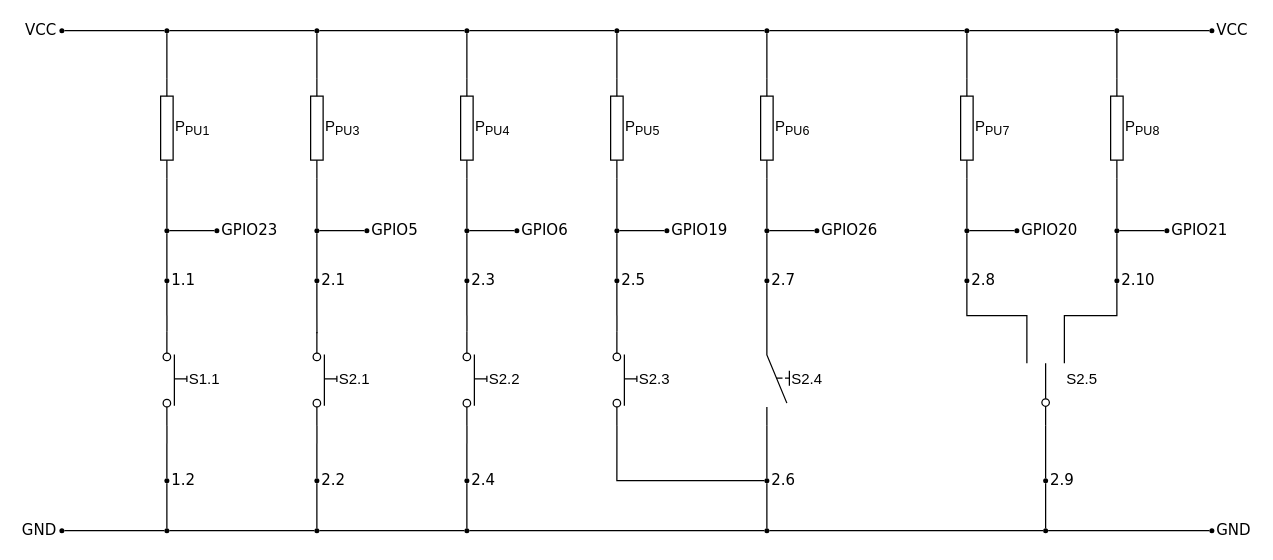
Above: page "gpio" (7 of 7) of document/figures_source/hcis/Schaltpläne_Motorrad.drawio in kronbergerindustries/HTBLuVA_Diplomarbeit (draw.io), before the change. Source tidied: cells renumbered, new cells numbered last; positions are measured from the earlier drawing's top-left corner, leaving out a move shared by most shapes. Both pictures are drawn from the tidied source at 125%, with x=0, y=0 at pixel (59, 28).
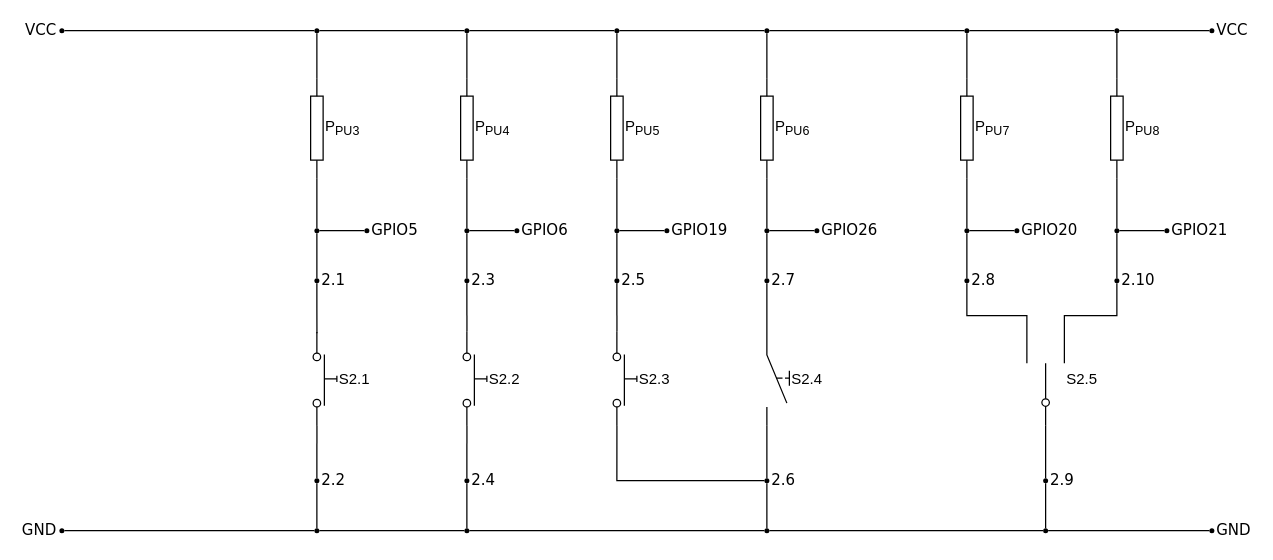
After the change.

Unchanged cells that the change refers to:
```xml
<mxCell id="3" value="VCC" style="ellipse;whiteSpace=wrap;html=1;rounded=1;shadow=0;comic=0;labelBackgroundColor=none;strokeColor=none;strokeWidth=2;fillColor=#000000;fontFamily=Verdana;fontSize=12;align=right;labelPosition=left;verticalLabelPosition=middle;verticalAlign=middle;" parent="1" vertex="1">
  <mxGeometry width="4" height="4" as="geometry" />
</mxCell>
<mxCell id="23" value="GND" style="ellipse;whiteSpace=wrap;html=1;rounded=1;shadow=0;comic=0;labelBackgroundColor=none;strokeColor=none;strokeWidth=2;fillColor=#000000;fontFamily=Verdana;fontSize=12;align=right;labelPosition=left;verticalLabelPosition=middle;verticalAlign=middle;" parent="1" vertex="1">
  <mxGeometry y="400" width="4" height="4" as="geometry" />
</mxCell>
<mxCell id="31" style="ellipse;whiteSpace=wrap;html=1;rounded=1;shadow=0;comic=0;labelBackgroundColor=none;strokeColor=none;strokeWidth=2;fillColor=#000000;fontFamily=Verdana;fontSize=12;align=right;labelPosition=left;verticalLabelPosition=middle;verticalAlign=middle;" parent="1" vertex="1">
  <mxGeometry x="204" width="4" height="4" as="geometry" />
</mxCell>
<mxCell id="39" style="ellipse;whiteSpace=wrap;html=1;rounded=1;shadow=0;comic=0;labelBackgroundColor=none;strokeColor=none;strokeWidth=2;fillColor=#000000;fontFamily=Verdana;fontSize=12;align=left;labelPosition=right;verticalLabelPosition=middle;verticalAlign=middle;" parent="1" vertex="1">
  <mxGeometry x="204" y="400" width="4" height="4" as="geometry" />
</mxCell>
```

Diff of the diagram source:
```diff
@@
-    <mxCell id="2" style="edgeStyle=orthogonalEdgeStyle;rounded=0;jettySize=auto;html=1;exitX=1;exitY=0.5;exitDx=0;exitDy=0;entryX=0;entryY=0.5;entryDx=0;entryDy=0;endArrow=none;endFill=0;" parent="1" edge="1" source="3" target="12">
-      <mxGeometry relative="1" as="geometry" />
-    </mxCell>
@@
-    <mxCell id="5" style="edgeStyle=orthogonalEdgeStyle;rounded=0;jettySize=auto;html=1;exitX=0.5;exitY=0;exitDx=0;exitDy=0;entryX=1;entryY=0.5;entryDx=0;entryDy=0;entryPerimeter=0;endArrow=none;endFill=0;" parent="1" edge="1" source="8" target="10">
-      <mxGeometry relative="1" as="geometry" />
-    </mxCell>
-    <mxCell id="6" style="edgeStyle=orthogonalEdgeStyle;rounded=0;jettySize=auto;html=1;exitX=1;exitY=0.5;exitDx=0;exitDy=0;entryX=0;entryY=0.5;entryDx=0;entryDy=0;endArrow=none;endFill=0;" parent="1" edge="1" source="8" target="13">
-      <mxGeometry relative="1" as="geometry" />
-    </mxCell>
-    <mxCell id="7" style="edgeStyle=orthogonalEdgeStyle;rounded=0;jettySize=auto;html=1;exitX=0.5;exitY=1;exitDx=0;exitDy=0;entryX=0.5;entryY=0;entryDx=0;entryDy=0;endArrow=none;endFill=0;" parent="1" edge="1" source="8" target="15">
-      <mxGeometry relative="1" as="geometry" />
-    </mxCell>
-    <mxCell id="8" style="ellipse;whiteSpace=wrap;html=1;rounded=1;shadow=0;comic=0;labelBackgroundColor=none;strokeColor=none;strokeWidth=2;fillColor=#000000;fontFamily=Verdana;fontSize=12;align=right;labelPosition=left;verticalLabelPosition=middle;verticalAlign=middle;" parent="1" vertex="1">
-      <mxGeometry x="84" y="160" width="4" height="4" as="geometry" />
-    </mxCell>
-    <mxCell id="9" style="edgeStyle=orthogonalEdgeStyle;rounded=0;jettySize=auto;html=1;exitX=0;exitY=0.5;exitDx=0;exitDy=0;exitPerimeter=0;entryX=0.5;entryY=1;entryDx=0;entryDy=0;endArrow=none;endFill=0;" parent="1" edge="1" source="10" target="12">
-      <mxGeometry relative="1" as="geometry" />
-    </mxCell>
-    <mxCell id="10" value="P&lt;sub&gt;PU1&lt;/sub&gt;" style="verticalLabelPosition=middle;shadow=0;dashed=0;align=left;html=1;verticalAlign=middle;shape=mxgraph.electrical.resistors.resistor_1;direction=south;labelPosition=right;" parent="1" vertex="1">
-      <mxGeometry x="81" y="40" width="10" height="80" as="geometry" />
-    </mxCell>
-    <mxCell id="11" style="edgeStyle=orthogonalEdgeStyle;rounded=0;jettySize=auto;html=1;exitX=1;exitY=0.5;exitDx=0;exitDy=0;entryX=0;entryY=0.5;entryDx=0;entryDy=0;endArrow=none;endFill=0;" parent="1" edge="1" source="12" target="31">
+    <mxCell id="11" style="edgeStyle=orthogonalEdgeStyle;rounded=0;jettySize=auto;html=1;exitX=1;exitY=0.5;exitDx=0;exitDy=0;entryX=0;entryY=0.5;entryDx=0;entryDy=0;endArrow=none;endFill=0;" parent="1" edge="1" source="3" target="31">
       <mxGeometry relative="1" as="geometry" />
     </mxCell>
-    <mxCell id="12" style="ellipse;whiteSpace=wrap;html=1;rounded=1;shadow=0;comic=0;labelBackgroundColor=none;strokeColor=none;strokeWidth=2;fillColor=#000000;fontFamily=Verdana;fontSize=12;align=right;labelPosition=left;verticalLabelPosition=middle;verticalAlign=middle;" parent="1" vertex="1">
-      <mxGeometry x="84" width="4" height="4" as="geometry" />
-    </mxCell>
-    <mxCell id="13" value="GPIO23" style="ellipse;whiteSpace=wrap;html=1;rounded=1;shadow=0;comic=0;labelBackgroundColor=none;strokeColor=none;strokeWidth=2;fillColor=#000000;fontFamily=Verdana;fontSize=12;align=left;labelPosition=right;verticalLabelPosition=middle;verticalAlign=middle;" parent="1" vertex="1">
-      <mxGeometry x="124" y="160" width="4" height="4" as="geometry" />
-    </mxCell>
-    <mxCell id="14" style="edgeStyle=orthogonalEdgeStyle;rounded=0;jettySize=auto;html=1;exitX=0.5;exitY=1;exitDx=0;exitDy=0;entryX=0;entryY=0.84;entryDx=0;entryDy=0;entryPerimeter=0;endArrow=none;endFill=0;" parent="1" edge="1" source="15" target="17">
-      <mxGeometry relative="1" as="geometry" />
-    </mxCell>
-    <mxCell id="15" value="1.1" style="ellipse;whiteSpace=wrap;html=1;rounded=1;shadow=0;comic=0;labelBackgroundColor=none;strokeColor=none;strokeWidth=2;fillColor=#000000;fontFamily=Verdana;fontSize=12;align=left;labelPosition=right;verticalLabelPosition=middle;verticalAlign=middle;" parent="1" vertex="1">
-      <mxGeometry x="84" y="200" width="4" height="4" as="geometry" />
-    </mxCell>
-    <mxCell id="16" style="edgeStyle=orthogonalEdgeStyle;rounded=0;jettySize=auto;html=1;exitX=1;exitY=0.84;exitDx=0;exitDy=0;exitPerimeter=0;entryX=0.5;entryY=0;entryDx=0;entryDy=0;endArrow=none;endFill=0;" parent="1" edge="1" source="17" target="19">
-      <mxGeometry relative="1" as="geometry" />
-    </mxCell>
-    <mxCell id="17" value="S1.1" style="verticalLabelPosition=middle;shadow=0;dashed=0;align=left;html=1;verticalAlign=middle;shape=mxgraph.electrical.electro-mechanical.push_switch_no;direction=south;labelPosition=right;" parent="1" vertex="1">
-      <mxGeometry x="83" y="243" width="19" height="75" as="geometry" />
-    </mxCell>
-    <mxCell id="18" style="edgeStyle=orthogonalEdgeStyle;rounded=0;jettySize=auto;html=1;exitX=0.5;exitY=1;exitDx=0;exitDy=0;endArrow=none;endFill=0;entryX=0.5;entryY=0;entryDx=0;entryDy=0;" parent="1" edge="1" source="19" target="22">
-      <mxGeometry relative="1" as="geometry" />
-    </mxCell>
-    <mxCell id="19" value="1.2" style="ellipse;whiteSpace=wrap;html=1;rounded=1;shadow=0;comic=0;labelBackgroundColor=none;strokeColor=none;strokeWidth=2;fillColor=#000000;fontFamily=Verdana;fontSize=12;align=left;labelPosition=right;verticalLabelPosition=middle;verticalAlign=middle;" parent="1" vertex="1">
-      <mxGeometry x="84" y="360" width="4" height="4" as="geometry" />
-    </mxCell>
-    <mxCell id="20" style="edgeStyle=orthogonalEdgeStyle;rounded=0;jettySize=auto;html=1;entryX=1;entryY=0.5;entryDx=0;entryDy=0;endArrow=none;endFill=0;exitX=0;exitY=0.5;exitDx=0;exitDy=0;" parent="1" edge="1" source="22" target="23">
-      <mxGeometry relative="1" as="geometry" />
-    </mxCell>
-    <mxCell id="21" style="edgeStyle=orthogonalEdgeStyle;rounded=0;jettySize=auto;html=1;exitX=1;exitY=0.5;exitDx=0;exitDy=0;entryX=0;entryY=0.5;entryDx=0;entryDy=0;endArrow=none;endFill=0;" parent="1" edge="1" source="22" target="39">
+    <mxCell id="21" style="edgeStyle=orthogonalEdgeStyle;rounded=0;jettySize=auto;html=1;exitX=1;exitY=0.5;exitDx=0;exitDy=0;entryX=0;entryY=0.5;entryDx=0;entryDy=0;endArrow=none;endFill=0;" parent="1" edge="1" source="23" target="39">
       <mxGeometry relative="1" as="geometry" />
     </mxCell>
-    <mxCell id="22" style="ellipse;whiteSpace=wrap;html=1;rounded=1;shadow=0;comic=0;labelBackgroundColor=none;strokeColor=none;strokeWidth=2;fillColor=#000000;fontFamily=Verdana;fontSize=12;align=left;labelPosition=right;verticalLabelPosition=middle;verticalAlign=middle;" parent="1" vertex="1">
-      <mxGeometry x="84" y="400" width="4" height="4" as="geometry" />
-    </mxCell>
```
